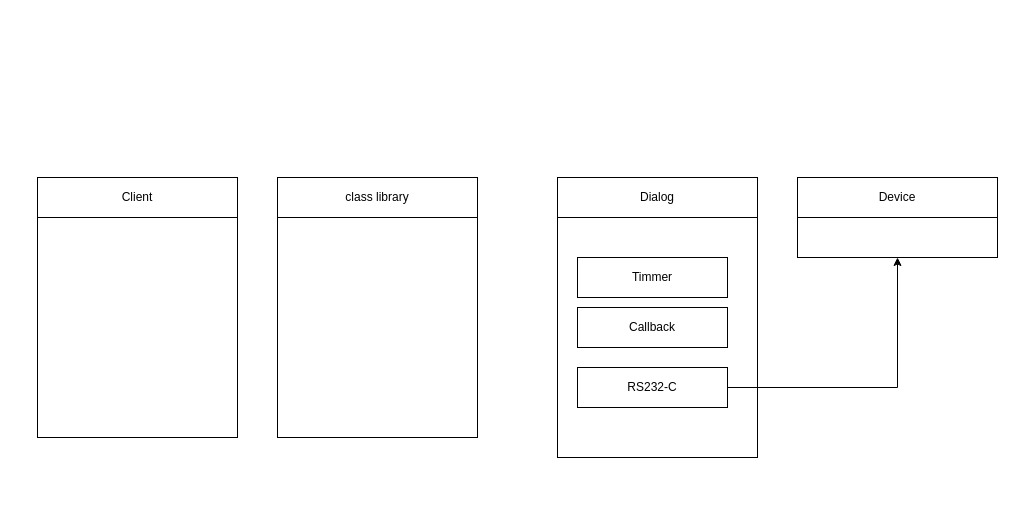
This is 제목 없는 다이어그램.drawio from climcity/design, a draw.io file, before an edit. Source tidied: cells renumbered, new cells numbered last; positions are measured from the earlier drawing's top-left corner, leaving out a move shared by most shapes. Both pictures are drawn from the tidied source at 100%, with x=0, y=0 at pixel (37, 177).
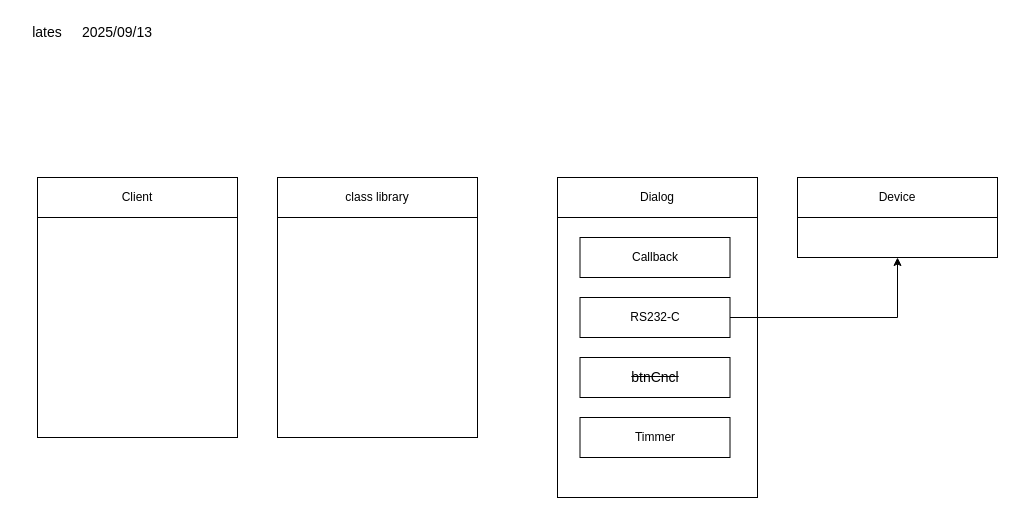
Above is the later version.

Commit message:
제목 없는 다이어그램.drawio 업데이트

What changed in the source:
```diff
@@
 <mxGraphModel>
   <root>
     <mxCell id="0" />
     <mxCell id="1" parent="0" />
     <mxCell id="2" value="Dialog" style="rounded=0;whiteSpace=wrap;html=1;" parent="1" vertex="1">
       <mxGeometry x="520" width="200" height="40" as="geometry" />
     </mxCell>
     <mxCell id="3" style="rounded=0;whiteSpace=wrap;html=1;" parent="1" vertex="1">
-      <mxGeometry x="520" y="40" width="200" height="240" as="geometry" />
+      <mxGeometry x="520" y="40" width="200" height="280" as="geometry" />
     </mxCell>
     <mxCell id="4" value="Timmer" style="rounded=0;whiteSpace=wrap;html=1;" parent="1" vertex="1">
-      <mxGeometry x="540" y="80" width="150" height="40" as="geometry" />
+      <mxGeometry x="542.5" y="240" width="150" height="40" as="geometry" />
     </mxCell>
     <mxCell id="5" value="Callback" style="rounded=0;whiteSpace=wrap;html=1;" parent="1" vertex="1">
-      <mxGeometry x="540" y="130" width="150" height="40" as="geometry" />
+      <mxGeometry x="542.5" y="60" width="150" height="40" as="geometry" />
     </mxCell>
     <mxCell id="6" style="rounded=0;whiteSpace=wrap;html=1;" parent="1" vertex="1">
       <mxGeometry x="760" y="40" width="200" height="40" as="geometry" />
     </mxCell>
     <mxCell id="7" style="edgeStyle=orthogonalEdgeStyle;rounded=0;jettySize=auto;html=1;entryX=0.5;entryY=1;entryDx=0;entryDy=0;" parent="1" edge="1" source="8" target="6">
       <mxGeometry relative="1" as="geometry" />
     </mxCell>
     <mxCell id="8" value="RS232-C" style="rounded=0;whiteSpace=wrap;html=1;" parent="1" vertex="1">
-      <mxGeometry x="540" y="190" width="150" height="40" as="geometry" />
+      <mxGeometry x="542.5" y="120" width="150" height="40" as="geometry" />
     </mxCell>
     <mxCell id="9" value="Device" style="rounded=0;whiteSpace=wrap;html=1;" parent="1" vertex="1">
       <mxGeometry x="760" width="200" height="40" as="geometry" />
     </mxCell>
     <mxCell id="10" value="Client" style="rounded=0;whiteSpace=wrap;html=1;" parent="1" vertex="1">
       <mxGeometry width="200" height="40" as="geometry" />
     </mxCell>
     <mxCell id="11" style="rounded=0;whiteSpace=wrap;html=1;" parent="1" vertex="1">
       <mxGeometry y="40" width="200" height="220" as="geometry" />
     </mxCell>
     <mxCell id="12" value="class library" style="rounded=0;whiteSpace=wrap;html=1;" parent="1" vertex="1">
       <mxGeometry x="240" width="200" height="40" as="geometry" />
     </mxCell>
     <mxCell id="13" style="rounded=0;whiteSpace=wrap;html=1;" parent="1" vertex="1">
       <mxGeometry x="240" y="40" width="200" height="220" as="geometry" />
     </mxCell>
+    <mxCell id="14" value="&lt;strike&gt;&lt;font style=&quot;font-size: 14px;&quot;&gt;btnCncl&lt;/font&gt;&lt;/strike&gt;" style="rounded=0;whiteSpace=wrap;html=1;" parent="1" vertex="1">
+      <mxGeometry x="542.5" y="180" width="150" height="40" as="geometry" />
+    </mxCell>
+    <mxCell id="15" value="lates" style="text;html=1;align=center;verticalAlign=middle;whiteSpace=wrap;rounded=0;fontSize=14;" parent="1" vertex="1">
+      <mxGeometry x="-20" y="-160" width="60" height="30" as="geometry" />
+    </mxCell>
+    <mxCell id="16" value="2025/09/13" style="text;html=1;align=center;verticalAlign=middle;whiteSpace=wrap;rounded=0;fontSize=14;" parent="1" vertex="1">
+      <mxGeometry x="40" y="-160" width="80" height="30" as="geometry" />
+    </mxCell>
   </root>
 </mxGraphModel>
```
